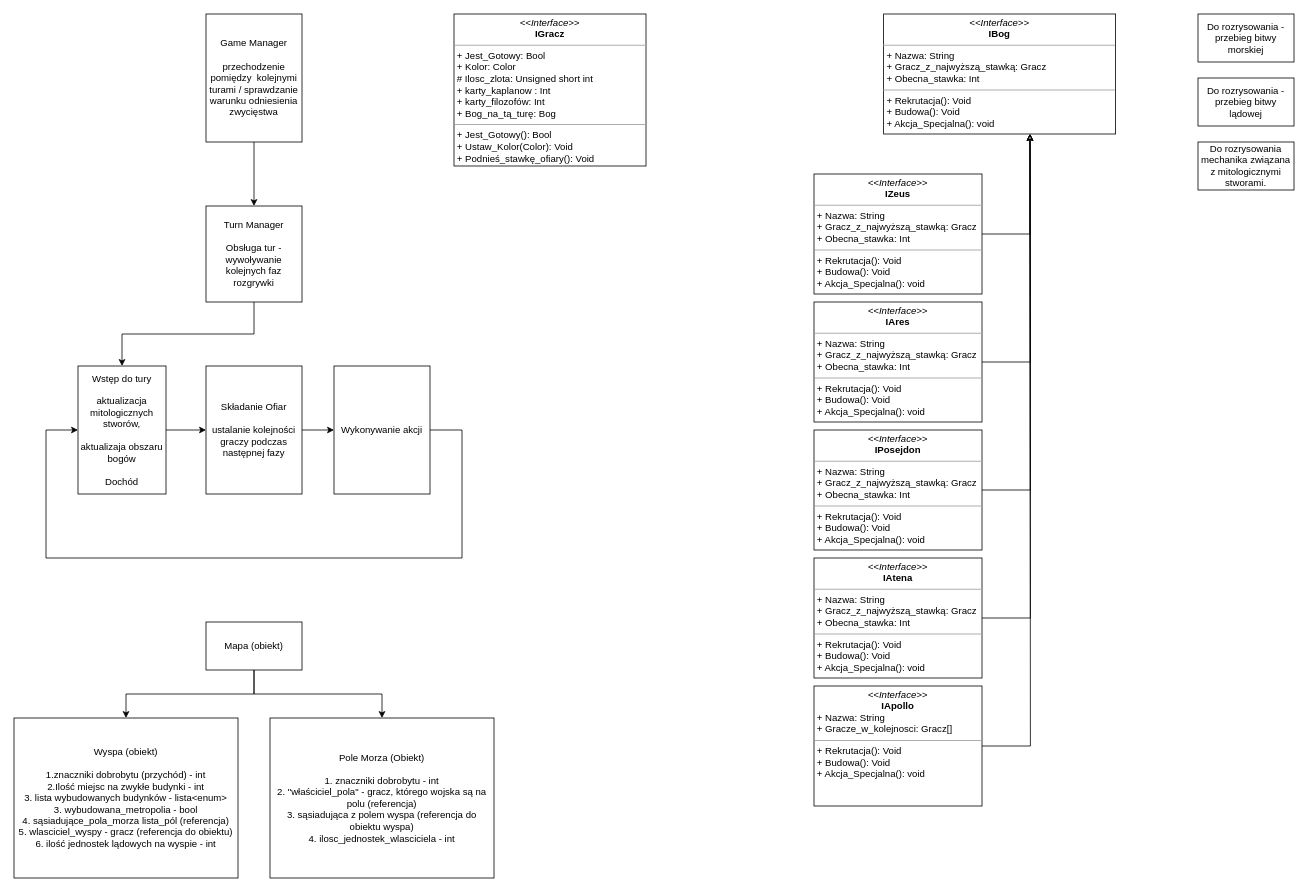
This is Szkic_Systemu_Diagram.drawio from DeadlySound/Albion_Online_calc, a draw.io file, before an edit. Source tidied: cells renumbered, new cells numbered last; positions are measured from the earlier drawing's top-left corner, leaving out a move shared by most shapes. Both pictures are drawn from the tidied source at 80%, with x=0, y=0 at pixel (14, 14).
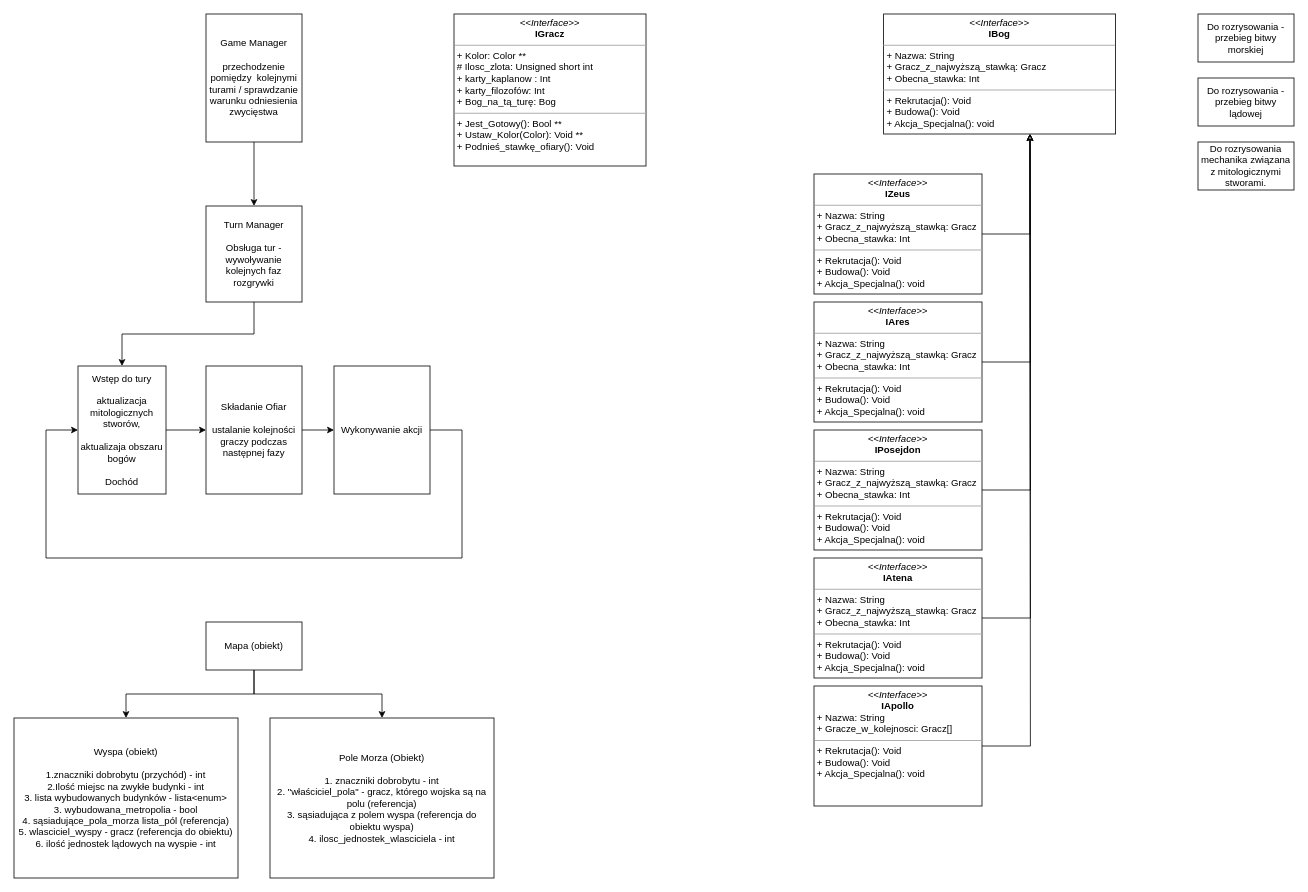
Above is the later version.

Diff of the diagram source:
```diff
@@
-    <mxCell id="2" value="&lt;p style=&quot;margin: 0px ; margin-top: 4px ; text-align: center&quot;&gt;&lt;i&gt;&amp;lt;&amp;lt;Interface&amp;gt;&amp;gt;&lt;/i&gt;&lt;br&gt;&lt;b&gt;IGracz&lt;/b&gt;&lt;/p&gt;&lt;hr size=&quot;1&quot;&gt;&lt;p style=&quot;margin: 0px ; margin-left: 4px&quot;&gt;+ Jest_Gotowy: Bool&lt;/p&gt;&lt;p style=&quot;margin: 0px ; margin-left: 4px&quot;&gt;+ Kolor: Color&lt;br&gt;# Ilosc_zlota: Unsigned short int&lt;/p&gt;&lt;p style=&quot;margin: 0px ; margin-left: 4px&quot;&gt;+ karty_kaplanow : Int&lt;/p&gt;&lt;p style=&quot;margin: 0px ; margin-left: 4px&quot;&gt;+ karty_filozofów: Int&lt;/p&gt;&lt;p style=&quot;margin: 0px ; margin-left: 4px&quot;&gt;+ Bog_na_tą_turę: Bog&lt;/p&gt;&lt;hr size=&quot;1&quot;&gt;&lt;p style=&quot;margin: 0px ; margin-left: 4px&quot;&gt;+ Jest_Gotowy(): Bool&lt;br&gt;+ Ustaw_Kolor(Color): Void&lt;/p&gt;&lt;p style=&quot;margin: 0px ; margin-left: 4px&quot;&gt;+ Podnieś_stawkę_ofiary(): Void&lt;/p&gt;&lt;p style=&quot;margin: 0px ; margin-left: 4px&quot;&gt;&lt;br&gt;&lt;/p&gt;" style="verticalAlign=top;align=left;overflow=fill;fontSize=12;fontFamily=Helvetica;html=1;" parent="1" vertex="1">
+    <mxCell id="2" value="&lt;p style=&quot;margin: 0px ; margin-top: 4px ; text-align: center&quot;&gt;&lt;i&gt;&amp;lt;&amp;lt;Interface&amp;gt;&amp;gt;&lt;/i&gt;&lt;br&gt;&lt;b&gt;IGracz&lt;/b&gt;&lt;/p&gt;&lt;hr size=&quot;1&quot;&gt;&lt;p style=&quot;margin: 0px ; margin-left: 4px&quot;&gt;&lt;span&gt;+ Kolor: Color **&lt;/span&gt;&lt;br&gt;&lt;/p&gt;&lt;p style=&quot;margin: 0px ; margin-left: 4px&quot;&gt;# Ilosc_zlota: Unsigned short int&lt;/p&gt;&lt;p style=&quot;margin: 0px ; margin-left: 4px&quot;&gt;+ karty_kaplanow : Int&lt;/p&gt;&lt;p style=&quot;margin: 0px ; margin-left: 4px&quot;&gt;+ karty_filozofów: Int&lt;/p&gt;&lt;p style=&quot;margin: 0px ; margin-left: 4px&quot;&gt;+ Bog_na_tą_turę: Bog&lt;/p&gt;&lt;hr size=&quot;1&quot;&gt;&lt;p style=&quot;margin: 0px ; margin-left: 4px&quot;&gt;+ Jest_Gotowy(): Bool **&lt;br&gt;+ Ustaw_Kolor(Color): Void **&lt;/p&gt;&lt;p style=&quot;margin: 0px ; margin-left: 4px&quot;&gt;+ Podnieś_stawkę_ofiary(): Void&lt;/p&gt;&lt;p style=&quot;margin: 0px ; margin-left: 4px&quot;&gt;&lt;br&gt;&lt;/p&gt;" style="verticalAlign=top;align=left;overflow=fill;fontSize=12;fontFamily=Helvetica;html=1;" parent="1" vertex="1">
       <mxGeometry x="550" width="240" height="190" as="geometry" />
     </mxCell>
```
